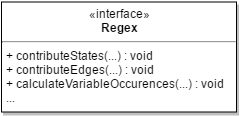
This is documentation/img/Regex_Interface.png from moar-regex/moar, a draw.io export, as it was before one commit. Source tidied: cells renumbered, new cells last; positions are measured from the earlier drawing's top-left corner, leaving out a move shared by most shapes.
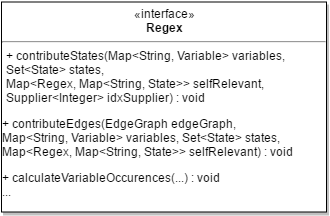
After the change.

Diff of the diagram source:
```diff
@@ -2,8 +2,8 @@
   <root>
     <mxCell id="0" />
     <mxCell id="1" parent="0" />
-    <mxCell id="2" value="&lt;p style=&quot;margin: 0px ; margin-top: 4px ; text-align: center&quot;&gt;«interface»&lt;br&gt;&lt;b&gt;Regex&lt;/b&gt;&lt;/p&gt;&lt;hr&gt;&lt;p style=&quot;margin: 0px ; margin-left: 4px&quot;&gt;&lt;/p&gt;&lt;p style=&quot;margin: 0px ; margin-left: 4px&quot;&gt;+&amp;nbsp;&lt;span&gt;contributeStates(...) : void&lt;/span&gt;&lt;/p&gt;&lt;p style=&quot;margin: 0px ; margin-left: 4px&quot;&gt;&lt;span&gt;+ contributeEdges(...) : void&lt;/span&gt;&lt;/p&gt;&lt;p style=&quot;margin: 0px ; margin-left: 4px&quot;&gt;&lt;span&gt;+&amp;nbsp;&lt;/span&gt;&lt;span&gt;calculateVariableOccurences(...) : void&lt;/span&gt;&lt;/p&gt;&lt;p style=&quot;margin: 0px ; margin-left: 4px&quot;&gt;&lt;span&gt;...&lt;/span&gt;&lt;/p&gt;" style="shadow=1;fillColor=#FFFFFF;gradientColor=none;verticalAlign=top;align=left;overflow=fill;fontSize=12;fontFamily=Helvetica;html=1;" parent="1" vertex="1">
-      <mxGeometry width="235" height="110" as="geometry" />
+    <mxCell id="2" value="&lt;p style=&quot;margin: 0px ; margin-top: 4px ; text-align: center&quot;&gt;«interface»&lt;br&gt;&lt;b&gt;Regex&lt;/b&gt;&lt;/p&gt;&lt;hr&gt;&lt;p style=&quot;margin: 0px ; margin-left: 4px&quot;&gt;&lt;/p&gt;&lt;p style=&quot;margin: 0px ; margin-left: 4px&quot;&gt;+&amp;nbsp;&lt;span&gt;contributeStates(&lt;/span&gt;&lt;span&gt;Map&amp;lt;String, Variable&amp;gt; variables,&lt;/span&gt;&lt;/p&gt;&lt;p style=&quot;margin: 0px ; margin-left: 4px&quot;&gt;&lt;span&gt;Set&amp;lt;State&amp;gt; states,&amp;nbsp;&lt;/span&gt;&lt;/p&gt;&lt;p style=&quot;margin: 0px ; margin-left: 4px&quot;&gt;&lt;span&gt;Map&amp;lt;Regex, Map&amp;lt;String, State&amp;gt;&amp;gt; selfRelevant,&lt;/span&gt;&lt;/p&gt;&lt;p style=&quot;margin: 0px ; margin-left: 4px&quot;&gt;&lt;span&gt;Supplier&amp;lt;Integer&amp;gt; &lt;/span&gt;&lt;span&gt;idxSupplier&lt;/span&gt;&lt;span&gt;) : void&lt;/span&gt;&lt;/p&gt;&lt;p&gt;&lt;span&gt;+ contributeEdges(&lt;/span&gt;&lt;span&gt;EdgeGraph edgeGraph,&lt;br&gt;&lt;/span&gt;&lt;span&gt;Map&amp;lt;String, Variable&amp;gt; variables, Set&amp;lt;State&amp;gt; states,&lt;br&gt;&lt;/span&gt;&lt;span&gt;Map&amp;lt;Regex, Map&amp;lt;String, State&amp;gt;&amp;gt; &lt;/span&gt;&lt;span&gt;selfRelevant&lt;/span&gt;&lt;span&gt;) : void&lt;/span&gt;&lt;span&gt;&lt;br&gt;&lt;/span&gt;&lt;/p&gt;&lt;p&gt;&lt;span&gt;+&amp;nbsp;&lt;/span&gt;&lt;span&gt;calculateVariableOccurences(...) : void&lt;br&gt;&lt;/span&gt;&lt;span&gt;...&lt;/span&gt;&lt;/p&gt;" style="shadow=1;fillColor=#FFFFFF;gradientColor=none;verticalAlign=top;align=left;overflow=fill;fontSize=12;fontFamily=Helvetica;html=1;" parent="1" vertex="1">
+      <mxGeometry width="325" height="210" as="geometry" />
     </mxCell>
   </root>
 </mxGraphModel>
```
